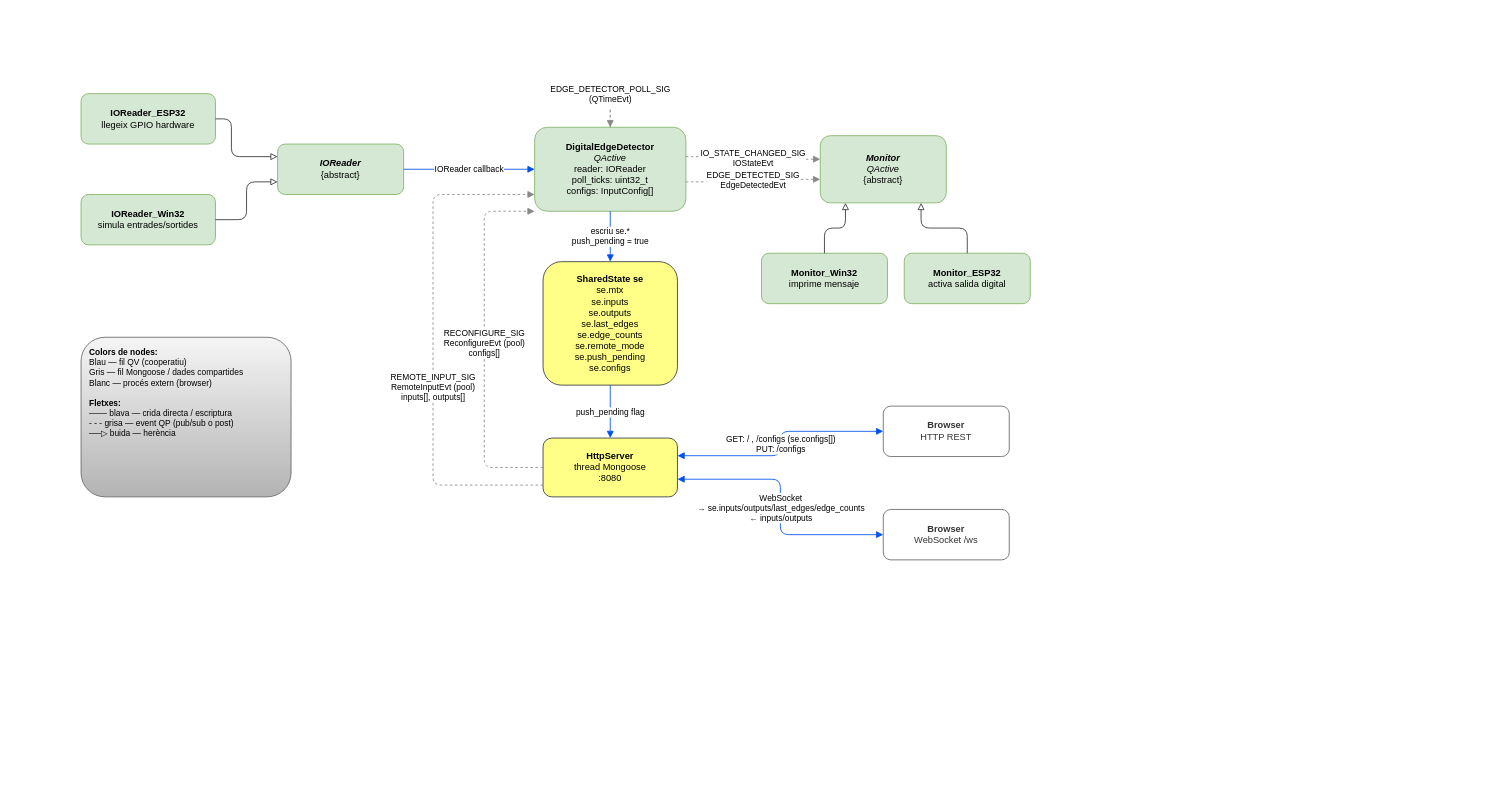
Above: docs/sistema.drawio in peperono/digital_inputs_detector (draw.io), before the change. Source tidied: cells renumbered, new cells numbered last; positions are measured from the earlier drawing's top-left corner, leaving out a move shared by most shapes. Both pictures are drawn from the tidied source at 84%, with x=0, y=0 at pixel (81, 93).
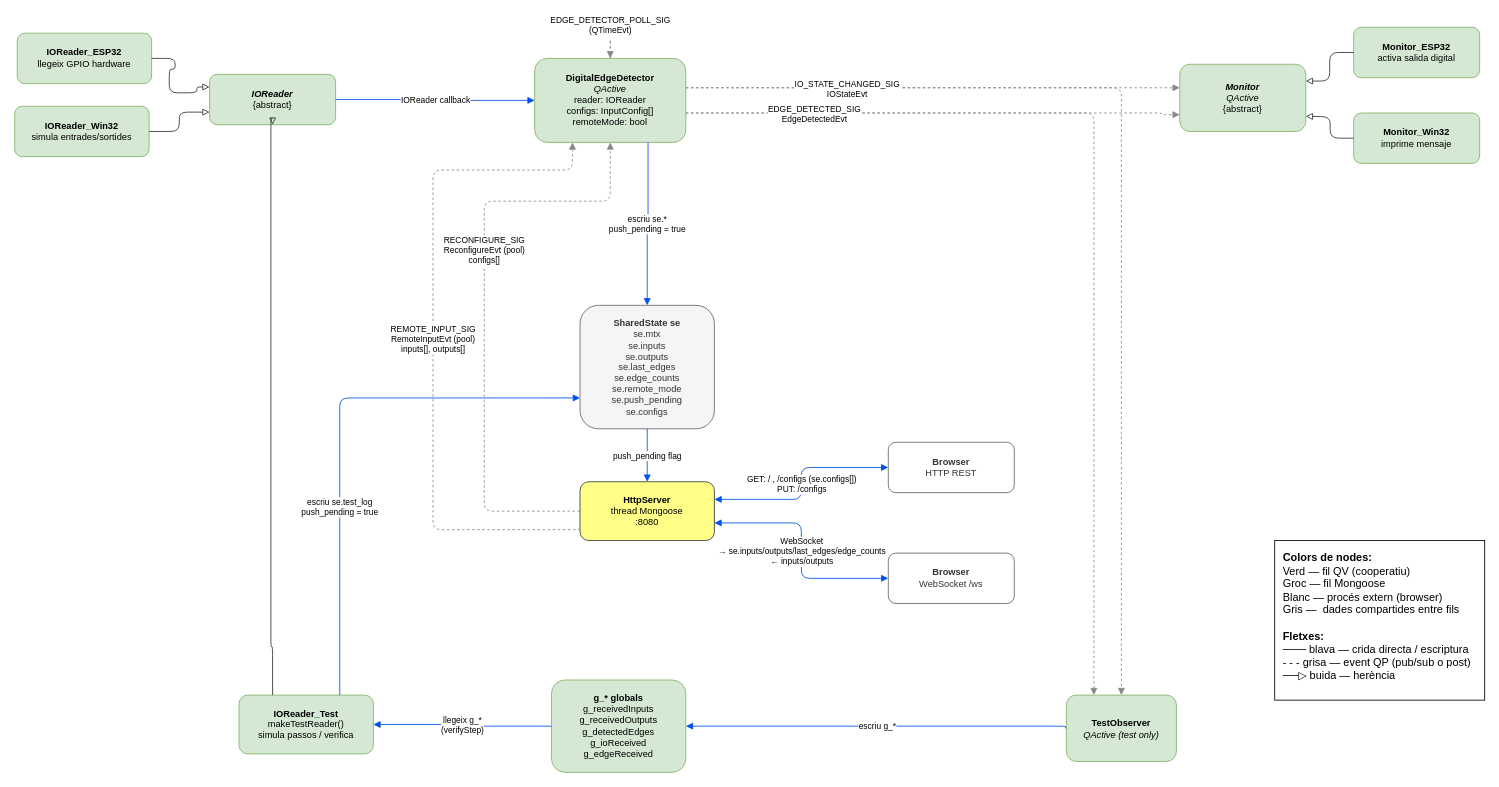
After the change.

Commit message:
Modificat digrama agrupant components per tema: aplicació, http server i test

Diff of the diagram source:
```diff
@@
     <mxCell id="2" value="&lt;b&gt;&lt;i&gt;IOReader&lt;/i&gt;&lt;/b&gt;&lt;div&gt;{abstract}&lt;/div&gt;" style="rounded=1;whiteSpace=wrap;html=1;fillColor=#d5e8d4;strokeColor=#82b366;fontSize=11;" parent="1" vertex="1">
-      <mxGeometry x="234" y="60" width="150" height="60" as="geometry" />
+      <mxGeometry x="153" y="-23" width="150" height="60" as="geometry" />
     </mxCell>
     <mxCell id="3" value="&lt;b&gt;IOReader_ESP32&lt;/b&gt;&lt;div&gt;llegeix GPIO hardware&lt;/div&gt;" style="rounded=1;whiteSpace=wrap;html=1;fillColor=#d5e8d4;strokeColor=#82b366;fontSize=11;" parent="1" vertex="1">
-      <mxGeometry width="160" height="60" as="geometry" />
+      <mxGeometry x="-76" y="-72" width="160" height="60" as="geometry" />
     </mxCell>
     <mxCell id="4" value="&lt;b&gt;IOReader_Win32&lt;/b&gt;&lt;div&gt;simula entrades/sortides&lt;/div&gt;" style="rounded=1;whiteSpace=wrap;html=1;fillColor=#d5e8d4;strokeColor=#82b366;fontSize=11;" parent="1" vertex="1">
-      <mxGeometry y="120" width="160" height="60" as="geometry" />
+      <mxGeometry x="-79" y="15" width="160" height="60" as="geometry" />
     </mxCell>
+    <mxCell id="28" value="&lt;b&gt;IOReader_Test&lt;/b&gt;&lt;div&gt;makeTestReader()&lt;/div&gt;&lt;div&gt;simula passos / verifica&lt;/div&gt;" style="rounded=1;whiteSpace=wrap;html=1;fillColor=#d5e8d4;strokeColor=#82b366;fontSize=11;" parent="1" vertex="1">
+      <mxGeometry x="188" y="716" width="160" height="70" as="geometry" />
+    </mxCell>
+    <mxCell id="29" style="edgeStyle=orthogonalEdgeStyle;html=1;fontSize=10;strokeColor=#333333;endArrow=block;endFill=0;exitX=0.25;exitY=0;exitDx=0;exitDy=0;entryX=0.5;entryY=1;entryDx=0;entryDy=0;" parent="1" edge="1" source="28" target="2">
+      <mxGeometry relative="1" as="geometry">
+        <Array as="points">
+          <mxPoint x="226" y="658" />
+          <mxPoint x="226" y="29" />
+          <mxPoint x="228" y="29" />
+        </Array>
+      </mxGeometry>
+    </mxCell>
+    <mxCell id="30" value="escriu se.test_log&lt;div&gt;push_pending = true&lt;/div&gt;" style="edgeStyle=orthogonalEdgeStyle;html=1;fontSize=10;strokeColor=#0050ef;endArrow=block;endFill=1;exitX=0.75;exitY=0;exitDx=0;exitDy=0;entryX=0;entryY=0.75;entryDx=0;entryDy=0;" parent="1" edge="1" source="28" target="17">
+      <mxGeometry x="-0.3" relative="1" as="geometry">
+        <Array as="points">
+          <mxPoint x="308" y="362" />
+        </Array>
+      </mxGeometry>
+    </mxCell>
     <mxCell id="5" style="edgeStyle=orthogonalEdgeStyle;html=1;fontSize=10;strokeColor=#333333;endArrow=block;endFill=0;exitX=1;exitY=0.5;exitDx=0;exitDy=0;entryX=0;entryY=0.25;entryDx=0;entryDy=0;" parent="1" edge="1" source="3" target="2">
       <mxGeometry relative="1" as="geometry">
         <Array as="points">
-          <mxPoint x="179" y="30" />
-          <mxPoint x="179" y="75" />
+          <mxPoint x="112" y="-42" />
+          <mxPoint x="112" y="-29" />
+          <mxPoint x="105" y="-29" />
+          <mxPoint x="105" y="-1" />
+          <mxPoint x="138" y="-1" />
+          <mxPoint x="138" y="-8" />
         </Array>
       </mxGeometry>
     </mxCell>
@@
-    <mxCell id="7" value="&lt;b&gt;DigitalEdgeDetector&lt;/b&gt;&lt;div&gt;&lt;i&gt;QActive&lt;/i&gt;&lt;/div&gt;&lt;div&gt;reader: IOReader&lt;/div&gt;&lt;div&gt;poll_ticks: uint32_t&lt;/div&gt;&lt;div&gt;configs: InputConfig[]&lt;/div&gt;" style="rounded=1;whiteSpace=wrap;html=1;fillColor=#d5e8d4;strokeColor=#82b366;fontSize=11;" parent="1" vertex="1">
-      <mxGeometry x="540" y="40" width="180" height="100" as="geometry" />
+    <mxCell id="7" value="&lt;b&gt;DigitalEdgeDetector&lt;/b&gt;&lt;div&gt;&lt;i&gt;QActive&lt;/i&gt;&lt;/div&gt;&lt;div&gt;reader: IOReader&lt;/div&gt;&lt;div&gt;configs: InputConfig[]&lt;/div&gt;&lt;div&gt;remoteMode: bool&lt;/div&gt;" style="rounded=1;whiteSpace=wrap;html=1;fillColor=#d5e8d4;strokeColor=#82b366;fontSize=11;" parent="1" vertex="1">
+      <mxGeometry x="540" y="-42" width="180" height="100" as="geometry" />
     </mxCell>
     <mxCell id="8" value="&lt;b&gt;&lt;i&gt;Monitor&lt;/i&gt;&lt;/b&gt;&lt;div&gt;&lt;i&gt;QActive&lt;/i&gt;&lt;/div&gt;&lt;div&gt;{abstract}&lt;/div&gt;" style="rounded=1;whiteSpace=wrap;html=1;fillColor=#d5e8d4;strokeColor=#82b366;fontSize=11;" parent="1" vertex="1">
-      <mxGeometry x="880" y="50" width="150" height="80" as="geometry" />
+      <mxGeometry x="1308" y="-35" width="150" height="80" as="geometry" />
     </mxCell>
     <mxCell id="9" value="&lt;b&gt;Monitor_Win32&lt;/b&gt;&lt;div&gt;imprime mensaje&lt;/div&gt;" style="rounded=1;whiteSpace=wrap;html=1;fillColor=#d5e8d4;strokeColor=#82b366;fontSize=11;" parent="1" vertex="1">
-      <mxGeometry x="810" y="190" width="150" height="60" as="geometry" />
+      <mxGeometry x="1515" y="23" width="150" height="60" as="geometry" />
     </mxCell>
     <mxCell id="10" value="&lt;b&gt;Monitor_ESP32&lt;/b&gt;&lt;div&gt;activa salida digital&lt;/div&gt;" style="rounded=1;whiteSpace=wrap;html=1;fillColor=#d5e8d4;strokeColor=#82b366;fontSize=11;" parent="1" vertex="1">
-      <mxGeometry x="980" y="190" width="150" height="60" as="geometry" />
+      <mxGeometry x="1515" y="-79" width="150" height="60" as="geometry" />
     </mxCell>
-    <mxCell id="11" style="edgeStyle=orthogonalEdgeStyle;html=1;fontSize=10;strokeColor=#333333;endArrow=block;endFill=0;exitX=0.5;exitY=0;exitDx=0;exitDy=0;entryX=0.2;entryY=1;entryDx=0;entryDy=0;" parent="1" edge="1" source="9" target="8">
-      <mxGeometry relative="1" as="geometry" />
+    <mxCell id="11" style="edgeStyle=orthogonalEdgeStyle;html=1;fontSize=10;strokeColor=#333333;endArrow=block;endFill=0;exitX=0;exitY=0.5;exitDx=0;exitDy=0;" parent="1" edge="1" source="9">
+      <mxGeometry relative="1" as="geometry">
+        <mxPoint x="1458" y="27" as="targetPoint" />
+      </mxGeometry>
     </mxCell>
-    <mxCell id="12" style="edgeStyle=orthogonalEdgeStyle;html=1;fontSize=10;strokeColor=#333333;endArrow=block;endFill=0;exitX=0.5;exitY=0;exitDx=0;exitDy=0;entryX=0.8;entryY=1;entryDx=0;entryDy=0;" parent="1" edge="1" source="10" target="8">
+    <mxCell id="12" style="edgeStyle=orthogonalEdgeStyle;html=1;fontSize=10;strokeColor=#333333;endArrow=block;endFill=0;exitX=0;exitY=0.5;exitDx=0;exitDy=0;entryX=1;entryY=0.25;entryDx=0;entryDy=0;" parent="1" edge="1" source="10" target="8">
       <mxGeometry relative="1" as="geometry" />
     </mxCell>
-    <mxCell id="13" value="IOReader callback" style="edgeStyle=orthogonalEdgeStyle;html=1;fontSize=10;strokeColor=#0050ef;endArrow=block;endFill=1;exitX=1;exitY=0.5;exitDx=0;exitDy=0;entryX=0;entryY=0.5;entryDx=0;entryDy=0;" parent="1" edge="1" source="2" target="7">
+    <mxCell id="13" value="IOReader callback" style="edgeStyle=orthogonalEdgeStyle;html=1;fontSize=10;strokeColor=#0050ef;endArrow=block;endFill=1;exitX=1;exitY=0.5;exitDx=0;exitDy=0;" parent="1" edge="1" source="2" target="7">
       <mxGeometry relative="1" as="geometry" />
     </mxCell>
-    <mxCell id="14" value="IO_STATE_CHANGED_SIG&lt;div&gt;IOStateEvt&lt;/div&gt;" style="edgeStyle=orthogonalEdgeStyle;html=1;fontSize=10;strokeColor=#888888;endArrow=block;endFill=1;dashed=1;exitX=1;exitY=0.35;exitDx=0;exitDy=0;entryX=0;entryY=0.35;entryDx=0;entryDy=0;" parent="1" edge="1" source="7" target="8">
-      <mxGeometry relative="1" as="geometry" />
+    <mxCell id="14" style="edgeStyle=orthogonalEdgeStyle;html=1;fontSize=10;strokeColor=#888888;endArrow=block;endFill=1;dashed=1;exitX=1;exitY=0.35;exitDx=0;exitDy=0;entryX=0;entryY=0.35;entryDx=0;entryDy=0;" parent="1" edge="1" source="7" target="8">
+      <mxGeometry x="-0.6" relative="1" as="geometry" />
     </mxCell>
-    <mxCell id="15" value="EDGE_DETECTED_SIG&lt;div&gt;EdgeDetectedEvt&lt;/div&gt;" style="edgeStyle=orthogonalEdgeStyle;html=1;fontSize=10;strokeColor=#888888;endArrow=block;endFill=1;dashed=1;exitX=1;exitY=0.65;exitDx=0;exitDy=0;entryX=0;entryY=0.65;entryDx=0;entryDy=0;" parent="1" edge="1" source="7" target="8">
-      <mxGeometry relative="1" as="geometry" />
+    <mxCell id="15" style="edgeStyle=orthogonalEdgeStyle;html=1;fontSize=10;strokeColor=#888888;endArrow=block;endFill=1;dashed=1;exitX=1;exitY=0.65;exitDx=0;exitDy=0;entryX=0;entryY=0.75;entryDx=0;entryDy=0;" parent="1" edge="1" source="7" target="8">
+      <mxGeometry x="-0.62" y="-7" relative="1" as="geometry">
+        <Array as="points">
+          <mxPoint x="1287" y="23" />
+          <mxPoint x="1287" y="25" />
+        </Array>
+      </mxGeometry>
     </mxCell>
     <mxCell id="16" value="EDGE_DETECTOR_POLL_SIG&lt;div&gt;(QTimeEvt)&lt;/div&gt;" style="edgeStyle=orthogonalEdgeStyle;html=1;fontSize=10;strokeColor=#888888;endArrow=block;endFill=1;dashed=1;exitX=0.5;exitY=0;exitDx=0;exitDy=0;entryX=0.5;entryY=0;entryDx=0;entryDy=0;curved=1;" parent="1" edge="1" source="7" target="7">
       <mxGeometry relative="1" as="geometry">
         <Array as="points">
-          <mxPoint x="630" />
-          <mxPoint x="630" />
+          <mxPoint x="630" y="-82" />
+          <mxPoint x="630" y="-82" />
         </Array>
       </mxGeometry>
     </mxCell>
-    <mxCell id="17" value="&lt;b&gt;SharedState se&lt;/b&gt;&lt;div&gt;se.mtx&lt;/div&gt;&lt;div&gt;se.inputs&lt;/div&gt;&lt;div&gt;se.outputs&lt;/div&gt;&lt;div&gt;se.last_edges&lt;/div&gt;&lt;div&gt;se.edge_counts&lt;/div&gt;&lt;div&gt;se.remote_mode&lt;/div&gt;&lt;div&gt;se.push_pending&lt;/div&gt;&lt;div&gt;se.configs&lt;/div&gt;" style="rounded=1;whiteSpace=wrap;html=1;fillColor=#ffff88;strokeColor=#36393d;fontSize=11;" parent="1" vertex="1">
-      <mxGeometry x="550" y="200" width="160" height="147" as="geometry" />
+    <mxCell id="17" value="&lt;b&gt;SharedState se&lt;/b&gt;&lt;div&gt;se.mtx&lt;/div&gt;&lt;div&gt;se.inputs&lt;/div&gt;&lt;div&gt;se.outputs&lt;/div&gt;&lt;div&gt;se.last_edges&lt;/div&gt;&lt;div&gt;se.edge_counts&lt;/div&gt;&lt;div&gt;se.remote_mode&lt;/div&gt;&lt;div&gt;se.push_pending&lt;/div&gt;&lt;div&gt;se.configs&lt;/div&gt;" style="rounded=1;whiteSpace=wrap;html=1;fillColor=#f5f5f5;strokeColor=#666666;fontSize=11;fontColor=#333333;" parent="1" vertex="1">
+      <mxGeometry x="594" y="252" width="160" height="147" as="geometry" />
     </mxCell>
     <mxCell id="18" value="&lt;b&gt;HttpServer&lt;/b&gt;&lt;div&gt;thread Mongoose&lt;/div&gt;&lt;div&gt;:8080&lt;/div&gt;" style="rounded=1;whiteSpace=wrap;html=1;fillColor=#ffff88;strokeColor=#36393d;fontSize=11;" parent="1" vertex="1">
-      <mxGeometry x="550" y="410" width="160" height="70" as="geometry" />
+      <mxGeometry x="594" y="462" width="160" height="70" as="geometry" />
     </mxCell>
     <mxCell id="19" value="&lt;b&gt;Browser&lt;/b&gt;&lt;div&gt;WebSocket /ws&lt;/div&gt;" style="rounded=1;whiteSpace=wrap;html=1;fillColor=#ffffff;strokeColor=#666666;fontColor=#333333;fontSize=11;" parent="1" vertex="1">
-      <mxGeometry x="955" y="495" width="150" height="60" as="geometry" />
+      <mxGeometry x="961" y="547" width="150" height="60" as="geometry" />
     </mxCell>
     <mxCell id="20" value="&lt;b&gt;Browser&lt;/b&gt;&lt;div&gt;HTTP REST&lt;/div&gt;" style="rounded=1;whiteSpace=wrap;html=1;fillColor=#ffffff;strokeColor=#666666;fontColor=#333333;fontSize=11;" parent="1" vertex="1">
-      <mxGeometry x="955" y="372" width="150" height="60" as="geometry" />
+      <mxGeometry x="961" y="415" width="150" height="60" as="geometry" />
     </mxCell>
@@
-    <mxCell id="24" value="RECONFIGURE_SIG&lt;div&gt;ReconfigureEvt (pool)&lt;/div&gt;&lt;div&gt;configs[]&lt;/div&gt;" style="edgeStyle=orthogonalEdgeStyle;html=1;fontSize=10;strokeColor=#888888;endArrow=block;endFill=1;dashed=1;exitX=0;exitY=0.5;exitDx=0;exitDy=0;entryX=0;entryY=1;entryDx=0;entryDy=0;" parent="1" edge="1" source="18" target="7">
-      <mxGeometry relative="1" as="geometry">
+    <mxCell id="24" value="RECONFIGURE_SIG&lt;div&gt;ReconfigureEvt (pool)&lt;/div&gt;&lt;div&gt;configs[]&lt;/div&gt;" style="edgeStyle=orthogonalEdgeStyle;html=1;fontSize=10;strokeColor=#888888;endArrow=block;endFill=1;dashed=1;exitX=0;exitY=0.5;exitDx=0;exitDy=0;entryX=0.5;entryY=1;entryDx=0;entryDy=0;" parent="1" edge="1" source="18" target="7">
+      <mxGeometry x="0.21" relative="1" as="geometry">
         <Array as="points">
-          <mxPoint x="480" y="445" />
-          <mxPoint x="480" y="140" />
+          <mxPoint x="480" y="497" />
+          <mxPoint x="480" y="128" />
+          <mxPoint x="630" y="128" />
         </Array>
       </mxGeometry>
     </mxCell>
-    <mxCell id="25" value="escriu se.*&lt;div&gt;push_pending = true&lt;/div&gt;" style="edgeStyle=orthogonalEdgeStyle;html=1;fontSize=10;strokeColor=#0050ef;endArrow=block;endFill=1;exitX=0.5;exitY=1;exitDx=0;exitDy=0;entryX=0.5;entryY=0;entryDx=0;entryDy=0;" parent="1" edge="1" source="7" target="17">
+    <mxCell id="25" value="escriu se.*&lt;div&gt;push_pending = true&lt;/div&gt;" style="edgeStyle=orthogonalEdgeStyle;html=1;fontSize=10;strokeColor=#0050ef;endArrow=block;endFill=1;exitX=0.75;exitY=1;exitDx=0;exitDy=0;entryX=0.5;entryY=0;entryDx=0;entryDy=0;" parent="1" edge="1" source="7" target="17">
       <mxGeometry relative="1" as="geometry" />
     </mxCell>
-    <mxCell id="26" value="REMOTE_INPUT_SIG&lt;div&gt;RemoteInputEvt (pool)&lt;/div&gt;&lt;div&gt;inputs[], outputs[]&lt;/div&gt;" style="edgeStyle=orthogonalEdgeStyle;html=1;fontSize=10;strokeColor=#888888;endArrow=block;endFill=1;dashed=1;exitX=0;exitY=0.8;exitDx=0;exitDy=0;entryX=0;entryY=0.8;entryDx=0;entryDy=0;" parent="1" edge="1" source="18" target="7">
-      <mxGeometry x="-0.17" relative="1" as="geometry">
+    <mxCell id="26" value="REMOTE_INPUT_SIG&lt;div&gt;RemoteInputEvt (pool)&lt;/div&gt;&lt;div&gt;inputs[], outputs[]&lt;/div&gt;" style="edgeStyle=orthogonalEdgeStyle;html=1;fontSize=10;strokeColor=#888888;endArrow=block;endFill=1;dashed=1;exitX=0;exitY=0.8;exitDx=0;exitDy=0;entryX=0.25;entryY=1;entryDx=0;entryDy=0;" parent="1" edge="1" source="18" target="7">
+      <mxGeometry relative="1" as="geometry">
         <Array as="points">
-          <mxPoint x="419" y="466" />
-          <mxPoint x="419" y="120" />
+          <mxPoint x="594" y="519" />
+          <mxPoint x="419" y="519" />
+          <mxPoint x="419" y="91" />
+          <mxPoint x="585" y="91" />
         </Array>
+        <mxPoint y="-1" as="offset" />
       </mxGeometry>
     </mxCell>
+    <mxCell id="31" value="&lt;b&gt;TestObserver&lt;/b&gt;&lt;div&gt;&lt;i&gt;QActive (test only)&lt;/i&gt;&lt;/div&gt;" style="rounded=1;whiteSpace=wrap;html=1;fillColor=#d5e8d4;strokeColor=#82b366;fontSize=11;" parent="1" vertex="1">
+      <mxGeometry x="1173" y="716" width="131" height="79" as="geometry" />
+    </mxCell>
+    <mxCell id="32" value="&lt;span style=&quot;color: rgb(0, 0, 0); font-family: Helvetica; font-size: 10px; font-style: normal; font-variant-ligatures: normal; font-variant-caps: normal; font-weight: 400; letter-spacing: normal; orphans: 2; text-align: center; text-indent: 0px; text-transform: none; widows: 2; word-spacing: 0px; -webkit-text-stroke-width: 0px; white-space: nowrap; background-color: rgb(255, 255, 255); text-decoration-thickness: initial; text-decoration-style: initial; text-decoration-color: initial; display: inline !important; float: none;&quot;&gt;IO_STATE_CHANGED_SIG&lt;/span&gt;&lt;div style=&quot;forced-color-adjust: none; color: rgb(0, 0, 0); font-family: Helvetica; font-size: 10px; font-style: normal; font-variant-ligatures: normal; font-variant-caps: normal; font-weight: 400; letter-spacing: normal; orphans: 2; text-align: center; text-indent: 0px; text-transform: none; widows: 2; word-spacing: 0px; -webkit-text-stroke-width: 0px; white-space: nowrap; text-decoration-thickness: initial; text-decoration-style: initial; text-decoration-color: initial;&quot;&gt;IOStateEvt&lt;/div&gt;" style="edgeStyle=orthogonalEdgeStyle;html=1;fontSize=10;strokeColor=#888888;endArrow=block;endFill=1;dashed=1;exitX=1;exitY=0.35;exitDx=0;exitDy=0;entryX=0.5;entryY=0;entryDx=0;entryDy=0;" parent="1" edge="1" source="7" target="31">
+      <mxGeometry x="-0.69" y="-1" relative="1" as="geometry" />
+    </mxCell>
+    <mxCell id="33" value="&lt;span style=&quot;color: rgb(0, 0, 0); font-family: Helvetica; font-size: 10px; font-style: normal; font-variant-ligatures: normal; font-variant-caps: normal; font-weight: 400; letter-spacing: normal; orphans: 2; text-align: center; text-indent: 0px; text-transform: none; widows: 2; word-spacing: 0px; -webkit-text-stroke-width: 0px; white-space: nowrap; background-color: rgb(255, 255, 255); text-decoration-thickness: initial; text-decoration-style: initial; text-decoration-color: initial; display: inline !important; float: none;&quot;&gt;EDGE_DETECTED_SIG&lt;/span&gt;&lt;div style=&quot;forced-color-adjust: none; color: rgb(0, 0, 0); font-family: Helvetica; font-size: 10px; font-style: normal; font-variant-ligatures: normal; font-variant-caps: normal; font-weight: 400; letter-spacing: normal; orphans: 2; text-align: center; text-indent: 0px; text-transform: none; widows: 2; word-spacing: 0px; -webkit-text-stroke-width: 0px; white-space: nowrap; text-decoration-thickness: initial; text-decoration-style: initial; text-decoration-color: initial;&quot;&gt;EdgeDetectedEvt&lt;/div&gt;" style="edgeStyle=orthogonalEdgeStyle;html=1;fontSize=10;strokeColor=#888888;endArrow=block;endFill=1;dashed=1;exitX=1;exitY=0.65;exitDx=0;exitDy=0;entryX=0.25;entryY=0;entryDx=0;entryDy=0;" parent="1" edge="1" source="7" target="31">
+      <mxGeometry x="-0.74" y="-1" relative="1" as="geometry">
+        <Array as="points">
+          <mxPoint x="1205" y="23" />
+        </Array>
+      </mxGeometry>
+    </mxCell>
+    <mxCell id="34" value="&lt;b&gt;g_* globals&lt;/b&gt;&lt;div&gt;g_receivedInputs&lt;/div&gt;&lt;div&gt;g_receivedOutputs&lt;/div&gt;&lt;div&gt;g_detectedEdges&lt;/div&gt;&lt;div&gt;g_ioReceived&lt;/div&gt;&lt;div&gt;g_edgeReceived&lt;/div&gt;" style="rounded=1;whiteSpace=wrap;html=1;fillColor=#d5e8d4;strokeColor=#82b366;fontSize=11;" parent="1" vertex="1">
+      <mxGeometry x="560" y="698" width="160" height="110" as="geometry" />
+    </mxCell>
+    <mxCell id="35" value="escriu g_*" style="edgeStyle=orthogonalEdgeStyle;html=1;fontSize=10;strokeColor=#0050ef;endArrow=block;endFill=1;exitX=0;exitY=0.5;exitDx=0;exitDy=0;" parent="1" edge="1" source="31" target="34">
+      <mxGeometry relative="1" as="geometry">
+        <Array as="points">
+          <mxPoint x="1172" y="756" />
+        </Array>
+      </mxGeometry>
+    </mxCell>
+    <mxCell id="36" value="llegeix g_*&lt;div&gt;(verifyStep)&lt;/div&gt;" style="edgeStyle=orthogonalEdgeStyle;html=1;fontSize=10;strokeColor=#0050ef;endArrow=block;endFill=1;" parent="1" edge="1" source="34" target="28">
+      <mxGeometry relative="1" as="geometry" />
+    </mxCell>
-    <mxCell id="27" value="&lt;div&gt;&lt;b&gt;Colors de nodes:&lt;/b&gt;&lt;/div&gt;&lt;div&gt;Blau — fil QV (cooperatiu)&lt;/div&gt;&lt;div&gt;Gris — fil Mongoose / dades compartides&lt;/div&gt;&lt;div&gt;Blanc — procés extern (browser)&lt;/div&gt;&lt;div&gt;&lt;br&gt;&lt;/div&gt;&lt;div&gt;&lt;b&gt;Fletxes:&lt;/b&gt;&lt;/div&gt;&lt;div&gt;─── blava — crida directa / escriptura&lt;/div&gt;&lt;div&gt;- - - grisa — event QP (pub/sub o post)&lt;/div&gt;&lt;div&gt;──▷ buida — herència&lt;/div&gt;" style="rounded=1;whiteSpace=wrap;html=1;fontSize=10;align=left;verticalAlign=top;spacingLeft=8;spacingTop=6;fillColor=#f5f5f5;gradientColor=#b3b3b3;strokeColor=#666666;" parent="1" vertex="1">
-      <mxGeometry y="290" width="250" height="190" as="geometry" />
+    <mxCell id="27" value="&lt;div&gt;&lt;b&gt;&lt;font style=&quot;font-size: 13px;&quot;&gt;Colors de nodes:&lt;/font&gt;&lt;/b&gt;&lt;/div&gt;&lt;div&gt;&lt;font style=&quot;font-size: 13px;&quot;&gt;Verd — fil QV (cooperatiu)&lt;/font&gt;&lt;/div&gt;&lt;div&gt;&lt;font style=&quot;font-size: 13px;&quot;&gt;Groc — fil Mongoose&lt;/font&gt;&lt;/div&gt;&lt;div&gt;&lt;font style=&quot;font-size: 13px;&quot;&gt;Blanc — procés extern (browser)&lt;/font&gt;&lt;/div&gt;&lt;div&gt;&lt;font style=&quot;font-size: 13px;&quot;&gt;Gris —&amp;nbsp; dades compartides entre fils&lt;/font&gt;&lt;/div&gt;&lt;div&gt;&lt;font style=&quot;font-size: 13px;&quot;&gt;&lt;br&gt;&lt;/font&gt;&lt;/div&gt;&lt;div&gt;&lt;b&gt;&lt;font style=&quot;font-size: 13px;&quot;&gt;Fletxes:&lt;/font&gt;&lt;/b&gt;&lt;/div&gt;&lt;div&gt;&lt;font style=&quot;font-size: 13px;&quot;&gt;─── blava — crida directa / escriptura&lt;/font&gt;&lt;/div&gt;&lt;div&gt;&lt;font style=&quot;font-size: 13px;&quot;&gt;- - - grisa — event QP (pub/sub o post)&lt;/font&gt;&lt;/div&gt;&lt;div&gt;&lt;font style=&quot;font-size: 13px;&quot;&gt;──▷ buida — herència&lt;/font&gt;&lt;/div&gt;" style="rounded=0;whiteSpace=wrap;html=1;fontSize=10;align=left;verticalAlign=top;spacingLeft=8;spacingTop=6;" parent="1" vertex="1">
+      <mxGeometry x="1421" y="532" width="250" height="190" as="geometry" />
     </mxCell>
```
